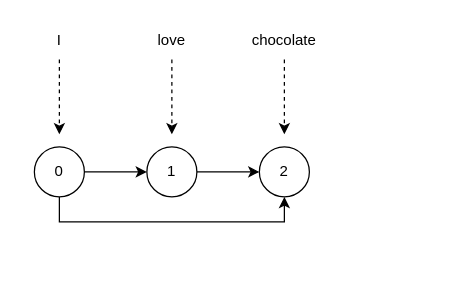
Before: knowledge_compendium/diagrams/sentence_directed_graph.drawio in Omar-Elmofty/knowledge_compendium, a draw.io diagram. Source tidied: cells renumbered, new cells numbered last; positions are measured from the earlier drawing's top-left corner, leaving out a move shared by most shapes. Both pictures are drawn from the tidied source at 125%, with x=0, y=0 at pixel (21, 21).
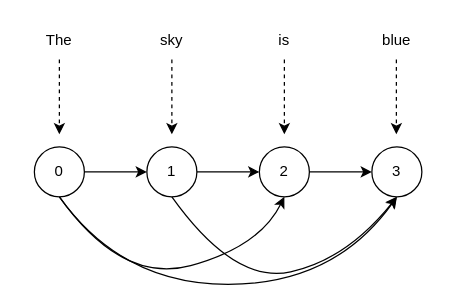
Above is the later version.

Commit message (it also covers changes not shown here):
Fix diagrams and add RL pages

The change refers to these unchanged cells:
```xml
<mxCell id="6" value="0" style="ellipse;whiteSpace=wrap;html=1;" parent="1" vertex="1">
  <mxGeometry x="10" y="100" width="40" height="40" as="geometry" />
</mxCell>
<mxCell id="9" value="2" style="ellipse;whiteSpace=wrap;html=1;" parent="1" vertex="1">
  <mxGeometry x="190" y="100" width="40" height="40" as="geometry" />
</mxCell>
```

The edit, as a diff of the source:
```diff
@@
-    <mxCell id="5" style="edgeStyle=orthogonalEdgeStyle;rounded=0;jettySize=auto;html=1;entryX=0.5;entryY=1;entryDx=0;entryDy=0;" parent="1" edge="1" source="6" target="9">
-      <mxGeometry relative="1" as="geometry">
-        <Array as="points">
-          <mxPoint x="30" y="160" />
-          <mxPoint x="210" y="160" />
-        </Array>
-      </mxGeometry>
-    </mxCell>
@@
+    <mxCell id="14" style="edgeStyle=orthogonalEdgeStyle;rounded=0;jettySize=auto;html=1;entryX=0;entryY=0.5;entryDx=0;entryDy=0;" parent="1" edge="1" source="9" target="16">
+      <mxGeometry relative="1" as="geometry" />
+    </mxCell>
@@
-    <mxCell id="11" value="I" style="text;html=1;align=center;verticalAlign=middle;whiteSpace=wrap;rounded=0;" parent="1" vertex="1">
+    <mxCell id="11" value="The" style="text;html=1;align=center;verticalAlign=middle;whiteSpace=wrap;rounded=0;" parent="1" vertex="1">
       <mxGeometry width="60" height="30" as="geometry" />
     </mxCell>
-    <mxCell id="12" value="love" style="text;html=1;align=center;verticalAlign=middle;whiteSpace=wrap;rounded=0;" parent="1" vertex="1">
+    <mxCell id="12" value="sky" style="text;html=1;align=center;verticalAlign=middle;whiteSpace=wrap;rounded=0;" parent="1" vertex="1">
       <mxGeometry x="90" width="60" height="30" as="geometry" />
     </mxCell>
-    <mxCell id="13" value="chocolate" style="text;html=1;align=center;verticalAlign=middle;whiteSpace=wrap;rounded=0;" parent="1" vertex="1">
+    <mxCell id="13" value="is" style="text;html=1;align=center;verticalAlign=middle;whiteSpace=wrap;rounded=0;" parent="1" vertex="1">
       <mxGeometry x="180" width="60" height="30" as="geometry" />
     </mxCell>
+    <mxCell id="15" value="blue" style="text;html=1;align=center;verticalAlign=middle;whiteSpace=wrap;rounded=0;" parent="1" vertex="1">
+      <mxGeometry x="270" width="60" height="30" as="geometry" />
+    </mxCell>
+    <mxCell id="16" value="3" style="ellipse;whiteSpace=wrap;html=1;" parent="1" vertex="1">
+      <mxGeometry x="280" y="100" width="40" height="40" as="geometry" />
+    </mxCell>
+    <mxCell id="17" style="endArrow=classic;html=1;rounded=0;dashed=1;" parent="1" edge="1">
+      <mxGeometry relative="1" as="geometry">
+        <mxPoint x="299.6" y="30" as="sourcePoint" />
+        <mxPoint x="299.6" y="90" as="targetPoint" />
+      </mxGeometry>
+    </mxCell>
+    <mxCell id="18" style="curved=1;endArrow=classic;html=1;rounded=0;exitX=0.5;exitY=1;exitDx=0;exitDy=0;entryX=0.5;entryY=1;entryDx=0;entryDy=0;" parent="1" edge="1" source="6" target="16">
+      <mxGeometry relative="1" as="geometry">
+        <Array as="points">
+          <mxPoint x="80" y="210" />
+          <mxPoint x="250" y="210" />
+        </Array>
+      </mxGeometry>
+    </mxCell>
+    <mxCell id="19" style="curved=1;endArrow=classic;html=1;rounded=0;exitX=0.5;exitY=1;exitDx=0;exitDy=0;entryX=0.5;entryY=1;entryDx=0;entryDy=0;" parent="1" edge="1" target="9">
+      <mxGeometry relative="1" as="geometry">
+        <mxPoint x="30" y="140" as="sourcePoint" />
+        <Array as="points">
+          <mxPoint x="80" y="210" />
+          <mxPoint x="190" y="180" />
+        </Array>
+      </mxGeometry>
+    </mxCell>
+    <mxCell id="20" style="curved=1;endArrow=classic;html=1;rounded=0;exitX=0.5;exitY=1;exitDx=0;exitDy=0;entryX=0.5;entryY=1;entryDx=0;entryDy=0;" parent="1" edge="1">
+      <mxGeometry relative="1" as="geometry">
+        <mxPoint x="120" y="140" as="sourcePoint" />
+        <mxPoint x="300" y="140" as="targetPoint" />
+        <Array as="points">
+          <mxPoint x="170" y="210" />
+          <mxPoint x="260" y="190" />
+        </Array>
+      </mxGeometry>
+    </mxCell>
```
